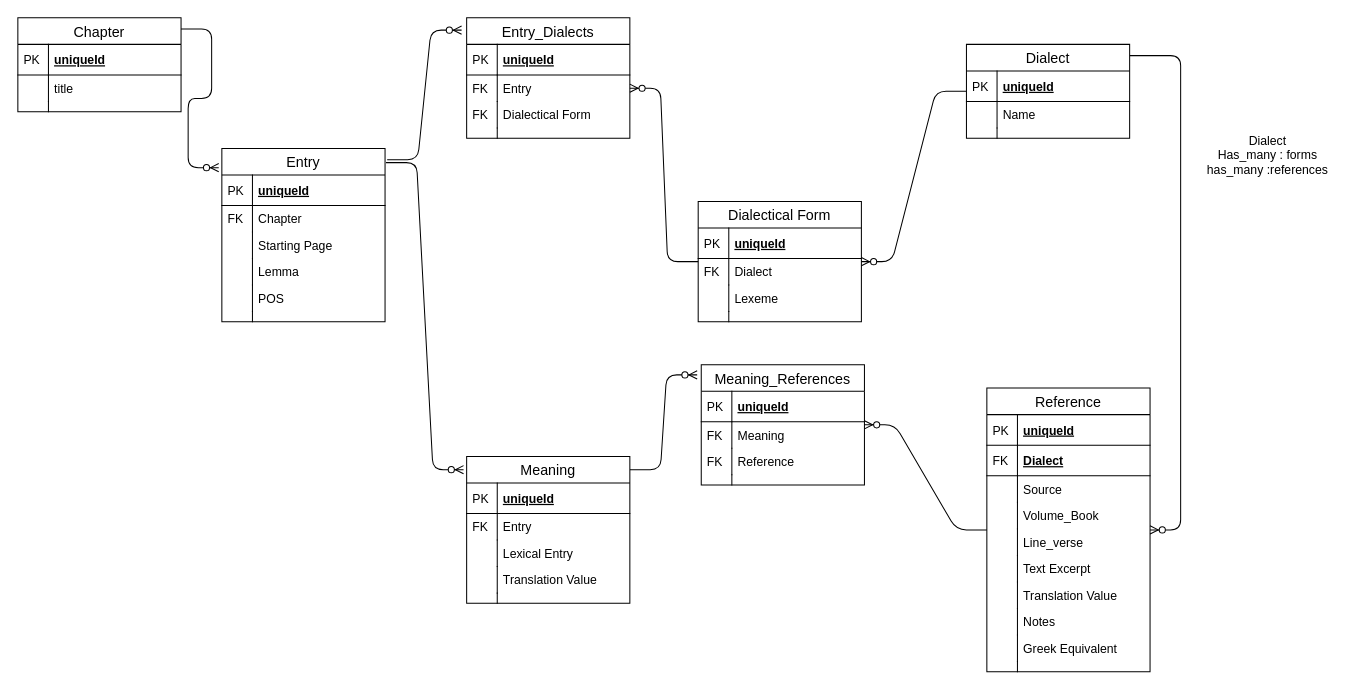
This is .drawio from ferrisbueller66/crums-coptic-dictionary-db, a draw.io file, before an edit. Source tidied: cells renumbered, new cells numbered last; positions are measured from the earlier drawing's top-left corner, leaving out a move shared by most shapes. Both pictures are drawn from the tidied source at 102%, with x=0, y=0 at pixel (17, 17).
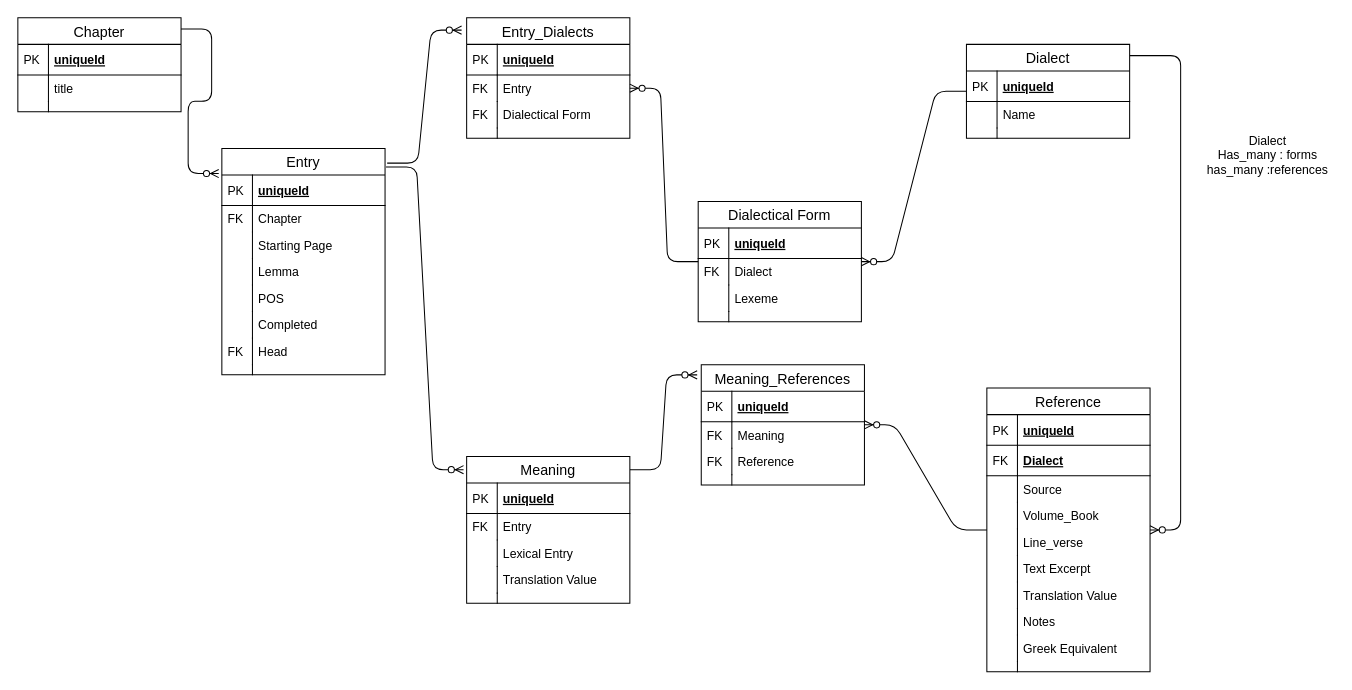
After the change.

Change to the diagram source:
```diff
@@
     <mxCell id="25" value="Entry" style="swimlane;fontStyle=0;horizontal=1;startSize=26;align=center;fontSize=14;" parent="1" vertex="1">
-      <mxGeometry x="200" y="128" width="160" height="170" as="geometry" />
+      <mxGeometry x="200" y="128" width="160" height="222" as="geometry" />
     </mxCell>
@@
+    <mxCell id="97" value="Completed" style="shape=partialRectangle;top=0;left=0;right=0;bottom=0;align=left;verticalAlign=top;fillColor=none;spacingLeft=34;spacingRight=4;overflow=hidden;fontSize=12;" parent="25" vertex="1">
+      <mxGeometry y="160" width="160" height="26" as="geometry" />
+    </mxCell>
+    <mxCell id="98" style="shape=partialRectangle;top=0;left=0;bottom=0;fillColor=none;align=left;verticalAlign=top;spacingLeft=4;spacingRight=4;overflow=hidden;fontSize=12;" parent="97" vertex="1">
+      <mxGeometry width="30" height="26" as="geometry" />
+    </mxCell>
+    <mxCell id="99" value="Head" style="shape=partialRectangle;top=0;left=0;right=0;bottom=0;align=left;verticalAlign=top;fillColor=none;spacingLeft=34;spacingRight=4;overflow=hidden;fontSize=12;" parent="25" vertex="1">
+      <mxGeometry y="186" width="160" height="26" as="geometry" />
+    </mxCell>
+    <mxCell id="100" value="FK" style="shape=partialRectangle;top=0;left=0;bottom=0;fillColor=none;align=left;verticalAlign=top;spacingLeft=4;spacingRight=4;overflow=hidden;fontSize=12;" parent="99" vertex="1">
+      <mxGeometry width="30" height="26" as="geometry" />
+    </mxCell>
     <mxCell id="36" style="shape=partialRectangle;top=0;left=0;right=0;bottom=0;align=left;verticalAlign=top;fillColor=none;spacingLeft=34;spacingRight=4;overflow=hidden;fontSize=12;" parent="25" vertex="1">
-      <mxGeometry y="160" width="160" height="10" as="geometry" />
+      <mxGeometry y="212" width="160" height="10" as="geometry" />
     </mxCell>
```
